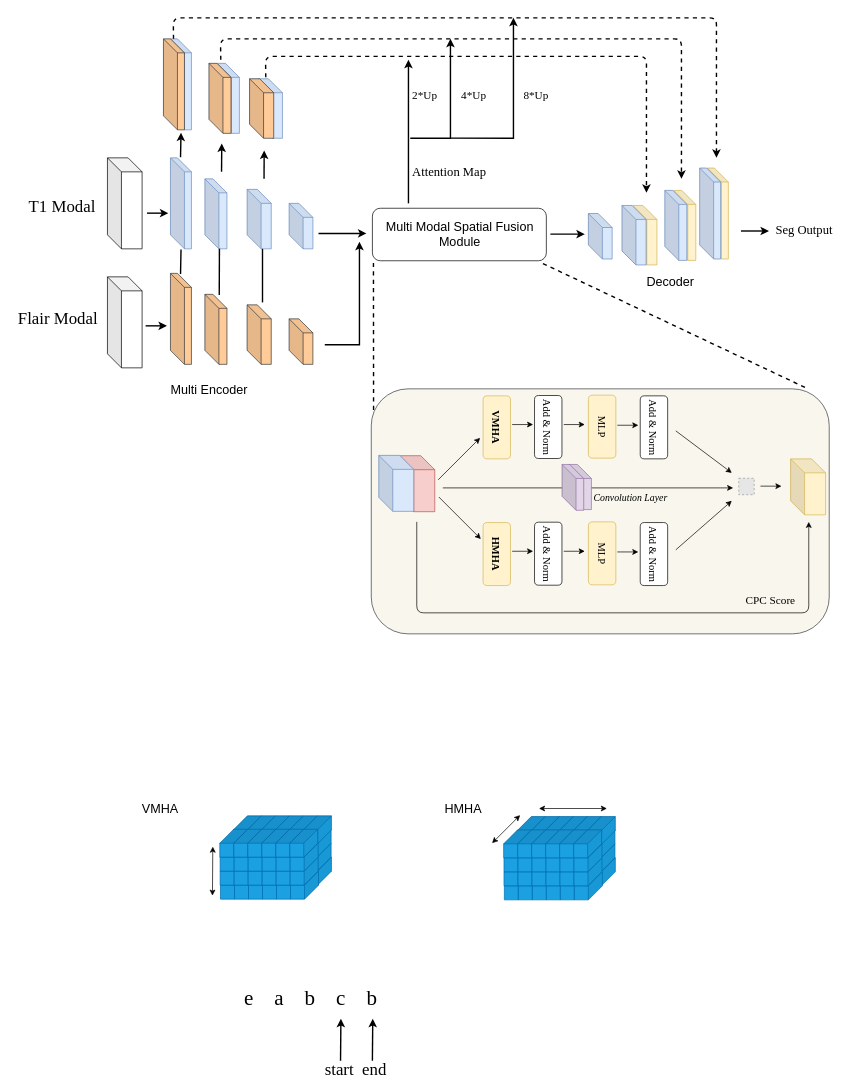
The draw.io diagram image_spatial_transformer.drawio in 920232796/test, before the edit. Source tidied: cells renumbered, new cells numbered last; positions are measured from the earlier drawing's top-left corner, leaving out a move shared by most shapes. Both pictures are drawn from the tidied source at 70%, with x=0, y=0 at pixel (12, 18). Pictures stored in the file or linked from it are replaced by grey dashed boxes.
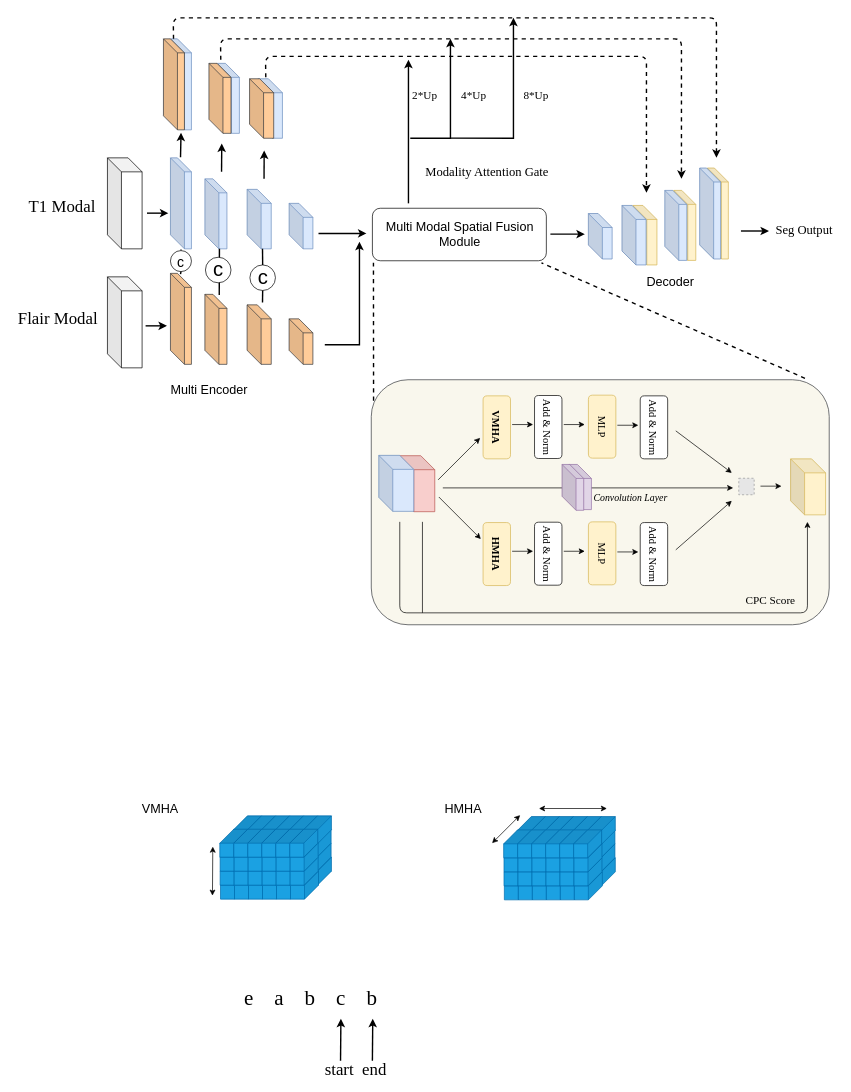
After the change.

Diff of the diagram source:
```diff
@@
     <mxCell id="20" style="rounded=1;whiteSpace=wrap;html=1;align=center;fillColor=#f9f7ed;strokeColor=#36393d;" parent="1" vertex="1">
-      <mxGeometry x="512.9" y="530" width="654.2" height="350" as="geometry" />
+      <mxGeometry x="512.9" y="517" width="654.2" height="350" as="geometry" />
     </mxCell>
@@
-    <mxCell id="134" style="endArrow=none;html=1;rounded=0;fontSize=18;strokeWidth=2;endFill=0;" parent="1" edge="1">
+    <mxCell id="134" style="endArrow=none;html=1;rounded=0;fontSize=18;strokeWidth=2;endFill=0;startArrow=none;" parent="1" edge="1" source="192">
       <mxGeometry relative="1" as="geometry">
-        <mxPoint x="240.4" y="366" as="sourcePoint" />
         <mxPoint x="241.1" y="331" as="targetPoint" />
       </mxGeometry>
     </mxCell>
@@
     <mxCell id="160" style="endArrow=classic;html=1;" parent="1" edge="1">
       <mxGeometry relative="1" as="geometry">
-        <mxPoint x="577.9" y="720" as="sourcePoint" />
-        <mxPoint x="1137.9" y="720" as="targetPoint" />
+        <mxPoint x="553.6" y="720" as="sourcePoint" />
+        <mxPoint x="1136" y="720" as="targetPoint" />
         <Array as="points">
-          <mxPoint x="577.9" y="850" />
-          <mxPoint x="1137.9" y="850" />
+          <mxPoint x="553.6" y="850" />
+          <mxPoint x="1136" y="850" />
         </Array>
       </mxGeometry>
     </mxCell>
@@
-    <mxCell id="167" style="endArrow=none;html=1;rounded=0;fontSize=18;strokeWidth=2;endFill=0;" parent="1" edge="1">
+    <mxCell id="167" style="endArrow=none;html=1;rounded=0;fontSize=18;strokeWidth=2;endFill=0;startArrow=none;" parent="1" edge="1" source="194">
       <mxGeometry relative="1" as="geometry">
-        <mxPoint x="357.5" y="406.5" as="sourcePoint" />
         <mxPoint x="357.5" y="330" as="targetPoint" />
       </mxGeometry>
     </mxCell>
@@
-    <mxCell id="189" value="&lt;font style=&quot;font-size: 18px&quot;&gt;Attention Map&lt;/font&gt;" style="text;html=1;align=center;verticalAlign=middle;strokeColor=none;fillColor=none;fontSize=16;fontFamily=Times New Roman;fontColor=#000000;" parent="1" vertex="1">
-      <mxGeometry x="563.5" y="210" width="120" height="20" as="geometry" />
+    <mxCell id="189" value="&lt;font style=&quot;font-size: 18px&quot;&gt;Modality Attention Gate&lt;/font&gt;" style="text;html=1;align=center;verticalAlign=middle;strokeColor=none;fillColor=none;fontSize=16;fontFamily=Times New Roman;fontColor=#000000;" parent="1" vertex="1">
+      <mxGeometry x="583" y="210" width="190" height="20" as="geometry" />
     </mxCell>
@@
+    <mxCell id="191" value="&lt;font style=&quot;font-size: 29px&quot;&gt;c&lt;/font&gt;" style="ellipse;whiteSpace=wrap;html=1;" parent="1" vertex="1">
+      <mxGeometry x="276" y="342" width="36.5" height="36.5" as="geometry" />
+    </mxCell>
+    <mxCell id="192" value="&lt;font style=&quot;font-size: 20px&quot;&gt;c&lt;/font&gt;" style="ellipse;whiteSpace=wrap;html=1;" parent="1" vertex="1">
+      <mxGeometry x="226" y="332.5" width="30" height="30" as="geometry" />
+    </mxCell>
+    <mxCell id="193" style="endArrow=none;html=1;rounded=0;fontSize=18;strokeWidth=2;endFill=0;" parent="1" edge="1" target="192">
+      <mxGeometry relative="1" as="geometry">
+        <mxPoint x="240.4" y="366" as="sourcePoint" />
+      </mxGeometry>
+    </mxCell>
+    <mxCell id="194" value="&lt;font style=&quot;font-size: 29px&quot;&gt;c&lt;/font&gt;" style="ellipse;whiteSpace=wrap;html=1;" parent="1" vertex="1">
+      <mxGeometry x="339.5" y="353" width="36.5" height="36.5" as="geometry" />
+    </mxCell>
+    <mxCell id="195" style="endArrow=none;html=1;rounded=0;fontSize=18;strokeWidth=2;endFill=0;" parent="1" edge="1" target="194">
+      <mxGeometry relative="1" as="geometry">
+        <mxPoint x="357.5" y="406.5" as="sourcePoint" />
+      </mxGeometry>
+    </mxCell>
+    <mxCell id="196" style="endArrow=none;html=1;rounded=0;fontSize=20;" parent="1" edge="1">
+      <mxGeometry relative="1" as="geometry">
+        <mxPoint x="586" y="850" as="sourcePoint" />
+        <mxPoint x="586" y="720" as="targetPoint" />
+      </mxGeometry>
+    </mxCell>
```
